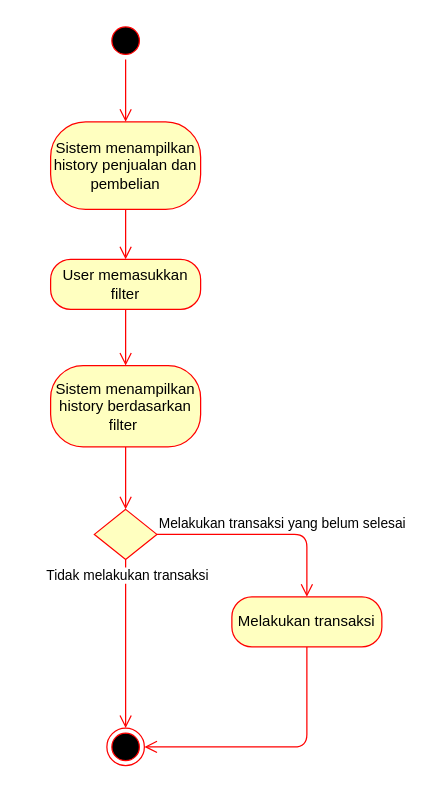
Above: page "Transaction History" (2 of 4) of Diagram/Activity Diagram.drawio in ryusu777/dodo-app (draw.io), before the change. Source tidied: cells renumbered, new cells numbered last; positions are measured from the earlier drawing's top-left corner, leaving out a move shared by most shapes. Both pictures are drawn from the tidied source at 125%, with x=0, y=0 at pixel (50, 21).
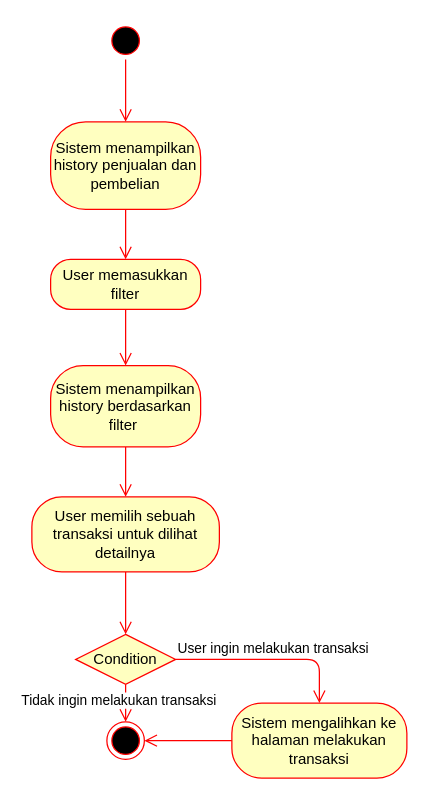
After the change.

The edit, as a diff of the source:
```diff
@@
 <mxGraphModel>
   <root>
     <mxCell id="0" />
     <mxCell id="1" parent="0" />
     <mxCell id="2" style="ellipse;shape=startState;fillColor=#000000;strokeColor=#ff0000;" parent="1" vertex="1">
       <mxGeometry x="45" width="30" height="30" as="geometry" />
     </mxCell>
     <mxCell id="3" style="edgeStyle=elbowEdgeStyle;elbow=horizontal;verticalAlign=bottom;endArrow=open;endSize=8;strokeColor=#FF0000;endFill=1;rounded=0;entryX=0.5;entryY=0;entryDx=0;entryDy=0;" parent="1" edge="1" source="2" target="4">
       <mxGeometry x="-805.5" y="-218" as="geometry" />
     </mxCell>
     <mxCell id="4" value="Sistem menampilkan history penjualan dan pembelian" style="rounded=1;whiteSpace=wrap;html=1;arcSize=40;fontColor=#000000;fillColor=#ffffc0;strokeColor=#ff0000;" parent="1" vertex="1">
       <mxGeometry y="80" width="120" height="70" as="geometry" />
     </mxCell>
     <mxCell id="5" style="edgeStyle=orthogonalEdgeStyle;html=1;verticalAlign=bottom;endArrow=open;endSize=8;strokeColor=#ff0000;entryX=0.5;entryY=0;entryDx=0;entryDy=0;" parent="1" edge="1" source="4" target="6">
       <mxGeometry relative="1" as="geometry" />
     </mxCell>
     <mxCell id="6" value="User memasukkan filter" style="rounded=1;whiteSpace=wrap;html=1;arcSize=40;fontColor=#000000;fillColor=#ffffc0;strokeColor=#ff0000;" parent="1" vertex="1">
       <mxGeometry y="190" width="120" height="40" as="geometry" />
     </mxCell>
     <mxCell id="7" style="edgeStyle=orthogonalEdgeStyle;html=1;verticalAlign=bottom;endArrow=open;endSize=8;strokeColor=#ff0000;entryX=0.5;entryY=0;entryDx=0;entryDy=0;" parent="1" edge="1" source="6" target="8">
       <mxGeometry relative="1" as="geometry" />
     </mxCell>
     <mxCell id="8" value="Sistem menampilkan history berdasarkan filter&amp;nbsp;" style="rounded=1;whiteSpace=wrap;html=1;arcSize=40;fontColor=#000000;fillColor=#ffffc0;strokeColor=#ff0000;" parent="1" vertex="1">
       <mxGeometry y="275" width="120" height="65" as="geometry" />
     </mxCell>
-    <mxCell id="9" style="edgeStyle=orthogonalEdgeStyle;html=1;verticalAlign=bottom;endArrow=open;endSize=8;strokeColor=#ff0000;" parent="1" edge="1" source="8" target="11">
+    <mxCell id="9" style="edgeStyle=orthogonalEdgeStyle;html=1;verticalAlign=bottom;endArrow=open;endSize=8;strokeColor=#ff0000;" parent="1" edge="1" source="8" target="16">
       <mxGeometry relative="1" as="geometry" />
     </mxCell>
-    <mxCell id="10" style="ellipse;html=1;shape=endState;fillColor=#000000;strokeColor=#ff0000;" parent="1" vertex="1">
-      <mxGeometry x="45" y="565" width="30" height="30" as="geometry" />
-    </mxCell>
-    <mxCell id="11" style="rhombus;whiteSpace=wrap;html=1;fillColor=#ffffc0;strokeColor=#ff0000;" parent="1" vertex="1">
-      <mxGeometry x="35" y="390" width="50" height="40" as="geometry" />
-    </mxCell>
-    <mxCell id="12" value="Melakukan transaksi yang belum selesai" style="edgeStyle=orthogonalEdgeStyle;html=1;align=left;verticalAlign=bottom;endArrow=open;endSize=8;strokeColor=#ff0000;" parent="1" edge="1" source="11" target="14">
-      <mxGeometry x="-1" relative="1" as="geometry" />
-    </mxCell>
-    <mxCell id="13" value="Tidak melakukan transaksi" style="edgeStyle=orthogonalEdgeStyle;html=1;align=left;verticalAlign=top;endArrow=open;endSize=8;strokeColor=#ff0000;" parent="1" edge="1" source="11" target="10">
-      <mxGeometry x="-1" y="-65" relative="1" as="geometry" />
-    </mxCell>
-    <mxCell id="14" value="Melakukan transaksi" style="rounded=1;whiteSpace=wrap;html=1;arcSize=40;fontColor=#000000;fillColor=#ffffc0;strokeColor=#ff0000;" parent="1" vertex="1">
-      <mxGeometry x="145" y="460" width="120" height="40" as="geometry" />
-    </mxCell>
-    <mxCell id="15" style="edgeStyle=orthogonalEdgeStyle;html=1;verticalAlign=bottom;endArrow=open;endSize=8;strokeColor=#ff0000;" parent="1" edge="1" source="14" target="10">
-      <mxGeometry relative="1" as="geometry">
-        <Array as="points">
-          <mxPoint x="205" y="580" />
-        </Array>
-      </mxGeometry>
-    </mxCell>
+    <mxCell id="16" value="User memilih sebuah transaksi untuk dilihat detailnya" style="rounded=1;whiteSpace=wrap;html=1;arcSize=40;fontColor=#000000;fillColor=#ffffc0;strokeColor=#ff0000;" parent="1" vertex="1">
+      <mxGeometry x="-15" y="380" width="150" height="60" as="geometry" />
+    </mxCell>
+    <mxCell id="17" style="edgeStyle=orthogonalEdgeStyle;html=1;verticalAlign=bottom;endArrow=open;endSize=8;strokeColor=#ff0000;" parent="1" edge="1" source="16" target="18">
+      <mxGeometry relative="1" as="geometry" />
+    </mxCell>
+    <mxCell id="18" value="Condition" style="rhombus;whiteSpace=wrap;html=1;fillColor=#ffffc0;strokeColor=#ff0000;" parent="1" vertex="1">
+      <mxGeometry x="20" y="490" width="80" height="40" as="geometry" />
+    </mxCell>
+    <mxCell id="19" value="User ingin melakukan transaksi" style="edgeStyle=orthogonalEdgeStyle;html=1;align=left;verticalAlign=bottom;endArrow=open;endSize=8;strokeColor=#ff0000;" parent="1" edge="1" source="18" target="21">
+      <mxGeometry x="-1" relative="1" as="geometry" />
+    </mxCell>
+    <mxCell id="20" value="Tidak ingin melakukan transaksi" style="edgeStyle=orthogonalEdgeStyle;html=1;align=left;verticalAlign=top;endArrow=open;endSize=8;strokeColor=#ff0000;" parent="1" edge="1" source="18" target="22">
+      <mxGeometry x="-1" y="-85" relative="1" as="geometry" />
+    </mxCell>
+    <mxCell id="21" value="Sistem mengalihkan ke halaman melakukan transaksi" style="rounded=1;whiteSpace=wrap;html=1;arcSize=40;fontColor=#000000;fillColor=#ffffc0;strokeColor=#ff0000;" parent="1" vertex="1">
+      <mxGeometry x="145" y="545" width="140" height="60" as="geometry" />
+    </mxCell>
+    <mxCell id="22" style="ellipse;html=1;shape=endState;fillColor=#000000;strokeColor=#ff0000;" parent="1" vertex="1">
+      <mxGeometry x="45" y="560" width="30" height="30" as="geometry" />
+    </mxCell>
+    <mxCell id="23" style="edgeStyle=orthogonalEdgeStyle;html=1;verticalAlign=bottom;endArrow=open;endSize=8;strokeColor=#ff0000;" parent="1" edge="1" source="21" target="22">
+      <mxGeometry relative="1" as="geometry" />
+    </mxCell>
   </root>
 </mxGraphModel>
```
